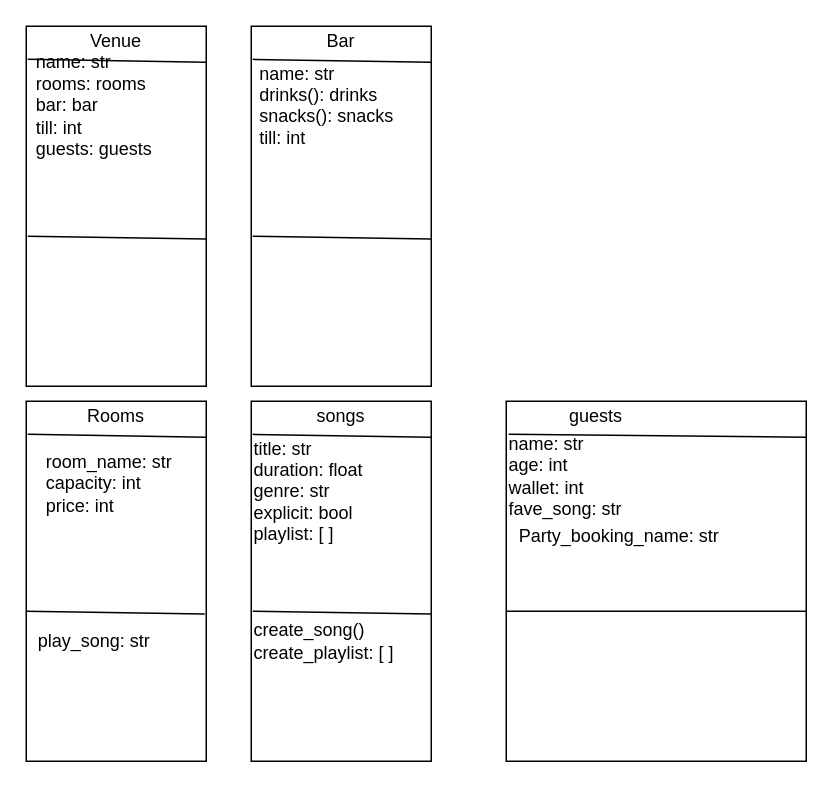
Above: codeclan_caraoke.drawio in C1V1L14N/wk2_HW (draw.io), before the change. Source tidied: cells renumbered, new cells numbered last; positions are measured from the earlier drawing's top-left corner, leaving out a move shared by most shapes. Both pictures are drawn from the tidied source at 150%, with x=0, y=0 at pixel (26, 26).
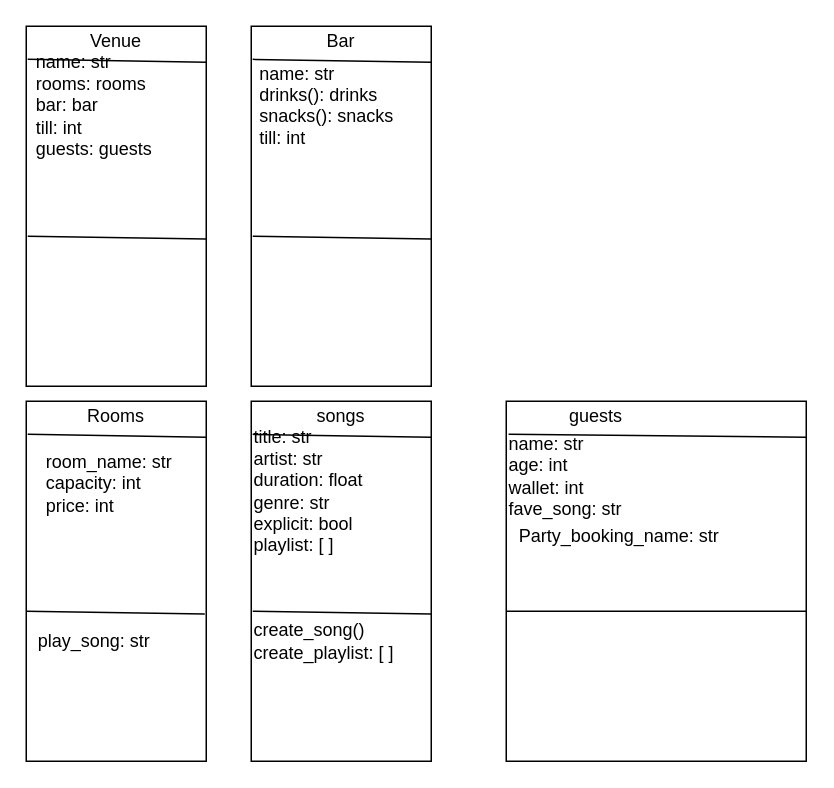
After the change.

What changed in the source:
```diff
@@
-    <mxCell id="27" value="title: str&lt;br&gt;duration: float&lt;br&gt;genre: str&lt;br&gt;explicit: bool&lt;br&gt;playlist: [ ]" style="text;html=1;align=left;verticalAlign=middle;" parent="1" vertex="1">
-      <mxGeometry x="150" y="270" width="90" height="80" as="geometry" />
+    <mxCell id="27" value="title: str&lt;br&gt;artist: str&lt;br&gt;duration: float&lt;br&gt;genre: str&lt;br&gt;explicit: bool&lt;br&gt;playlist: [ ]" style="text;html=1;align=left;verticalAlign=middle;" parent="1" vertex="1">
+      <mxGeometry x="150" y="265" width="90" height="90" as="geometry" />
     </mxCell>
```
